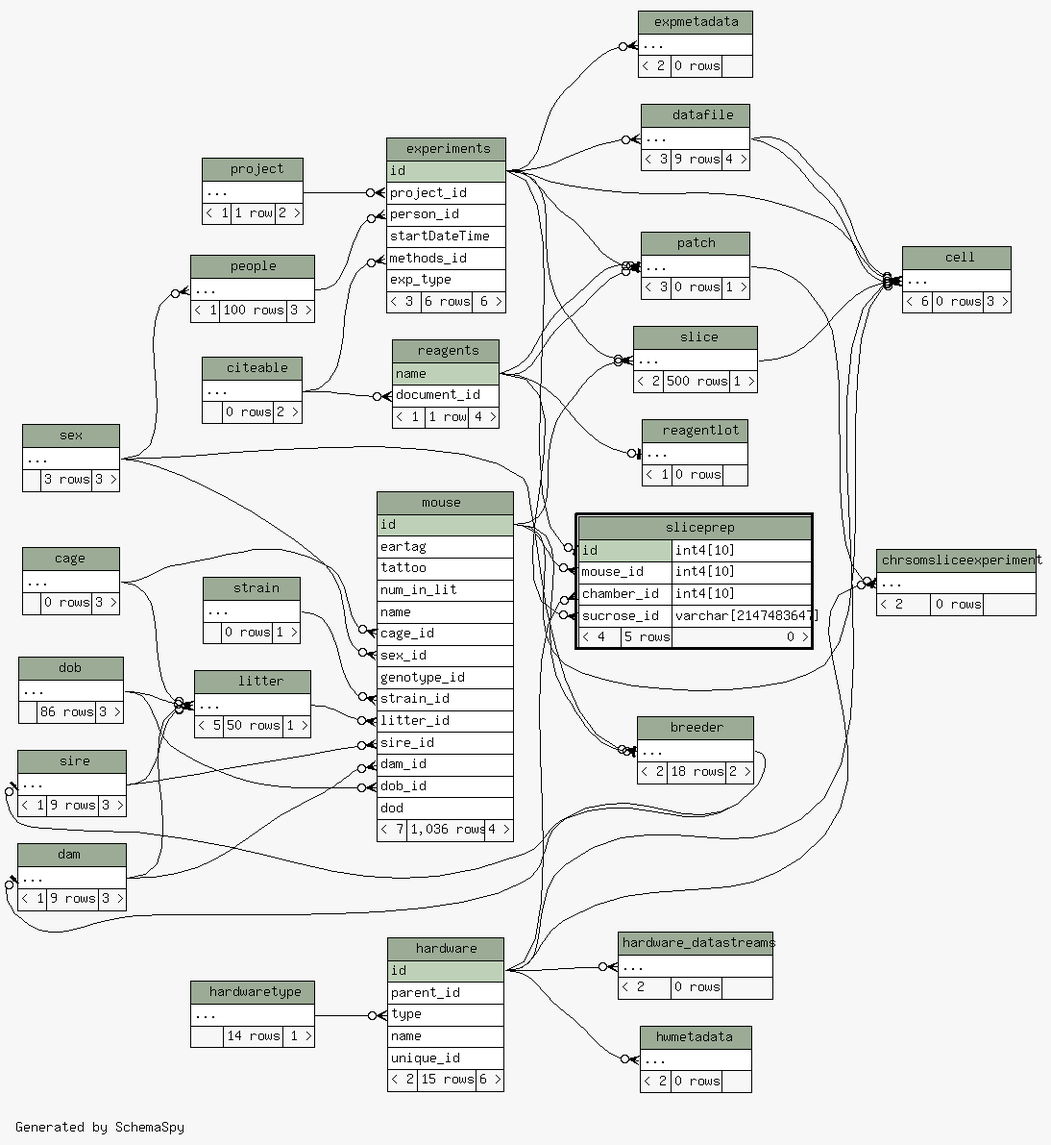
The Graphviz diagram database/ss/diagrams/sliceprep.2degrees.png in tgbugs/mlab, before a commit. Its source is kept beside it as database/ss/diagrams/sliceprep.2degrees.dot.
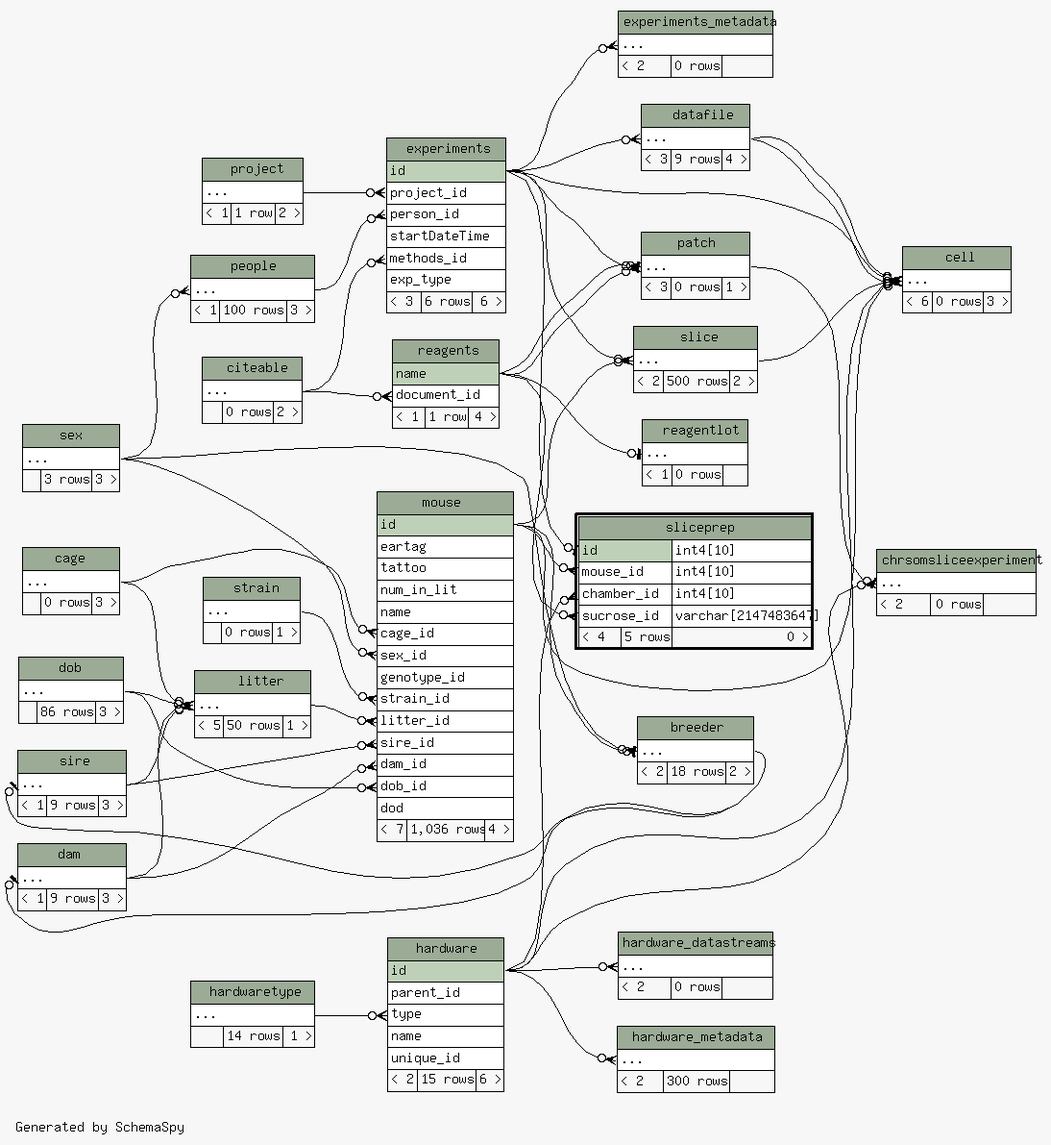
The same diagram one commit later.

The edit, as a diff of the source:
```diff
@@ -32,10 +32,10 @@
   "experiments":"methods_id":w -> "citeable":"elipses":e [arrowhead=none dir=back arrowtail=crowodot];
   "experiments":"person_id":w -> "people":"elipses":e [arrowhead=none dir=back arrowtail=crowodot];
   "experiments":"project_id":w -> "project":"elipses":e [arrowhead=none dir=back arrowtail=crowodot];
-  "expmetadata":"elipses":w -> "experiments":"id":e [arrowhead=none dir=back arrowtail=crowodot];
+  "experiments_metadata":"elipses":w -> "experiments":"id":e [arrowhead=none dir=back arrowtail=crowodot];
   "hardware":"type":w -> "hardwaretype":"elipses":e [arrowhead=none dir=back arrowtail=crowodot];
   "hardware_datastreams":"elipses":w -> "hardware":"id":e [arrowhead=none dir=back arrowtail=crowodot];
-  "hwmetadata":"elipses":w -> "hardware":"id":e [arrowhead=none dir=back arrowtail=crowodot];
+  "hardware_metadata":"elipses":w -> "hardware":"id":e [arrowhead=none dir=back arrowtail=crowodot];
   "litter":"elipses":w -> "cage":"elipses":e [arrowhead=none dir=back arrowtail=crowodot];
   "litter":"elipses":w -> "dam":"elipses":e [arrowhead=none dir=back arrowtail=crowodot];
   "litter":"elipses":w -> "dob":"elipses":e [arrowhead=none dir=back arrowtail=crowodot];
@@ -155,15 +155,15 @@
     URL="experiments.html"
     tooltip="experiments"
   ];
-  "expmetadata" [
+  "experiments_metadata" [
     label=<
     <TABLE BORDER="0" CELLBORDER="1" CELLSPACING="0" BGCOLOR="#ffffff">
-      <TR><TD COLSPAN="3" BGCOLOR="#9bab96" ALIGN="CENTER">expmetadata</TD></TR>
+      <TR><TD COLSPAN="3" BGCOLOR="#9bab96" ALIGN="CENTER">experiments_metadata</TD></TR>
       <TR><TD PORT="elipses" COLSPAN="3" ALIGN="LEFT">...</TD></TR>
       <TR><TD ALIGN="LEFT" BGCOLOR="#f7f7f7">&lt; 2</TD><TD ALIGN="RIGHT" BGCOLOR="#f7f7f7">0 rows</TD><TD ALIGN="RIGHT" BGCOLOR="#f7f7f7">  </TD></TR>
     </TABLE>>
-    URL="expmetadata.html"
-    tooltip="expmetadata"
+    URL="experiments_metadata.html"
+    tooltip="experiments_metadata"
   ];
   "hardware" [
     label=<
@@ -189,6 +189,16 @@
     URL="hardware_datastreams.html"
     tooltip="hardware_datastreams"
   ];
+  "hardware_metadata" [
+    label=<
+    <TABLE BORDER="0" CELLBORDER="1" CELLSPACING="0" BGCOLOR="#ffffff">
+      <TR><TD COLSPAN="3" BGCOLOR="#9bab96" ALIGN="CENTER">hardware_metadata</TD></TR>
+      <TR><TD PORT="elipses" COLSPAN="3" ALIGN="LEFT">...</TD></TR>
+      <TR><TD ALIGN="LEFT" BGCOLOR="#f7f7f7">&lt; 2</TD><TD ALIGN="RIGHT" BGCOLOR="#f7f7f7">300 rows</TD><TD ALIGN="RIGHT" BGCOLOR="#f7f7f7">  </TD></TR>
+    </TABLE>>
+    URL="hardware_metadata.html"
+    tooltip="hardware_metadata"
+  ];
   "hardwaretype" [
     label=<
     <TABLE BORDER="0" CELLBORDER="1" CELLSPACING="0" BGCOLOR="#ffffff">
@@ -198,16 +208,6 @@
     </TABLE>>
     URL="hardwaretype.html"
     tooltip="hardwaretype"
-  ];
-  "hwmetadata" [
-    label=<
-    <TABLE BORDER="0" CELLBORDER="1" CELLSPACING="0" BGCOLOR="#ffffff">
-      <TR><TD COLSPAN="3" BGCOLOR="#9bab96" ALIGN="CENTER">hwmetadata</TD></TR>
-      <TR><TD PORT="elipses" COLSPAN="3" ALIGN="LEFT">...</TD></TR>
-      <TR><TD ALIGN="LEFT" BGCOLOR="#f7f7f7">&lt; 2</TD><TD ALIGN="RIGHT" BGCOLOR="#f7f7f7">0 rows</TD><TD ALIGN="RIGHT" BGCOLOR="#f7f7f7">  </TD></TR>
-    </TABLE>>
-    URL="hwmetadata.html"
-    tooltip="hwmetadata"
   ];
   "litter" [
     label=<
@@ -318,7 +318,7 @@
     <TABLE BORDER="0" CELLBORDER="1" CELLSPACING="0" BGCOLOR="#ffffff">
       <TR><TD COLSPAN="3" BGCOLOR="#9bab96" ALIGN="CENTER">slice</TD></TR>
       <TR><TD PORT="elipses" COLSPAN="3" ALIGN="LEFT">...</TD></TR>
-      <TR><TD ALIGN="LEFT" BGCOLOR="#f7f7f7">&lt; 2</TD><TD ALIGN="RIGHT" BGCOLOR="#f7f7f7">500 rows</TD><TD ALIGN="RIGHT" BGCOLOR="#f7f7f7">1 &gt;</TD></TR>
+      <TR><TD ALIGN="LEFT" BGCOLOR="#f7f7f7">&lt; 2</TD><TD ALIGN="RIGHT" BGCOLOR="#f7f7f7">500 rows</TD><TD ALIGN="RIGHT" BGCOLOR="#f7f7f7">2 &gt;</TD></TR>
     </TABLE>>
     URL="slice.html"
     tooltip="slice"
```
